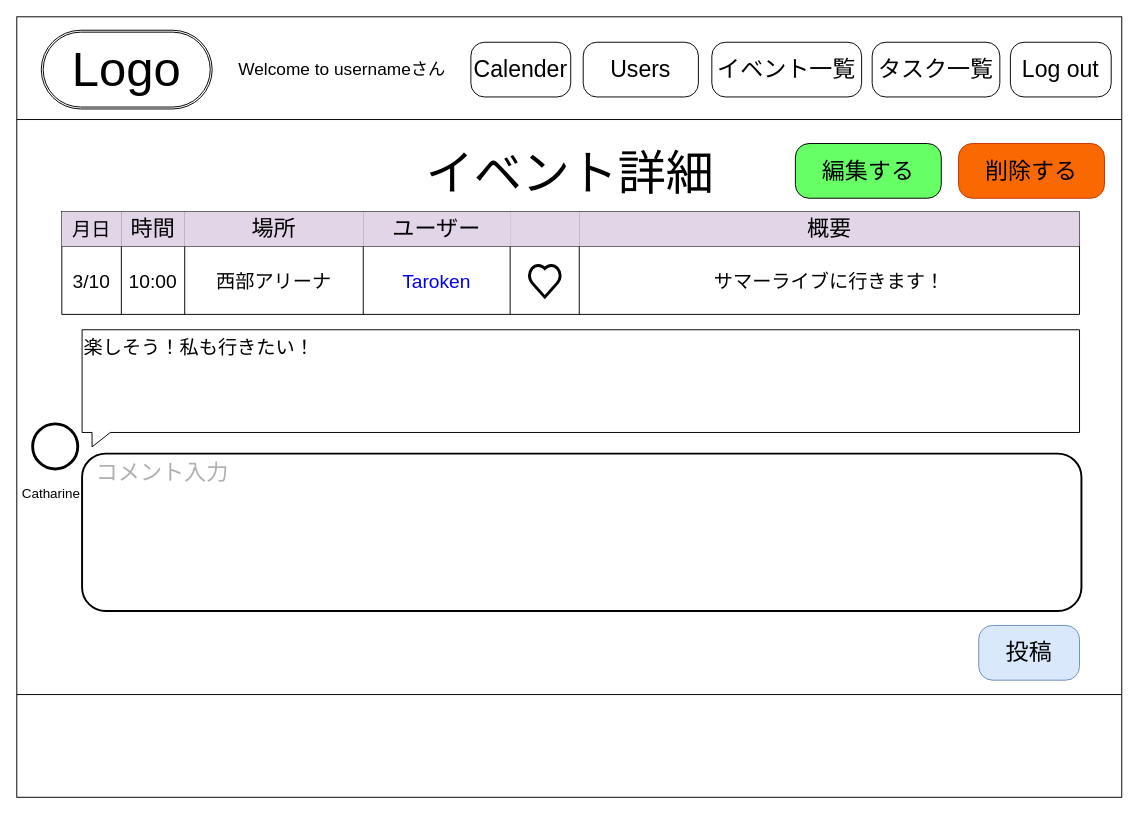
MurapyonCorp/My-Portfolio keeps this draw.io diagram as page "イベント詳細" (10 of 20) of specification/wire flame.drawio. Above is the earlier version. Source tidied: cells renumbered, new cells numbered last; positions are measured from the earlier drawing's top-left corner, leaving out a move shared by most shapes. Both pictures are drawn from the tidied source at 96%, with x=0, y=0 at pixel (16, 16).
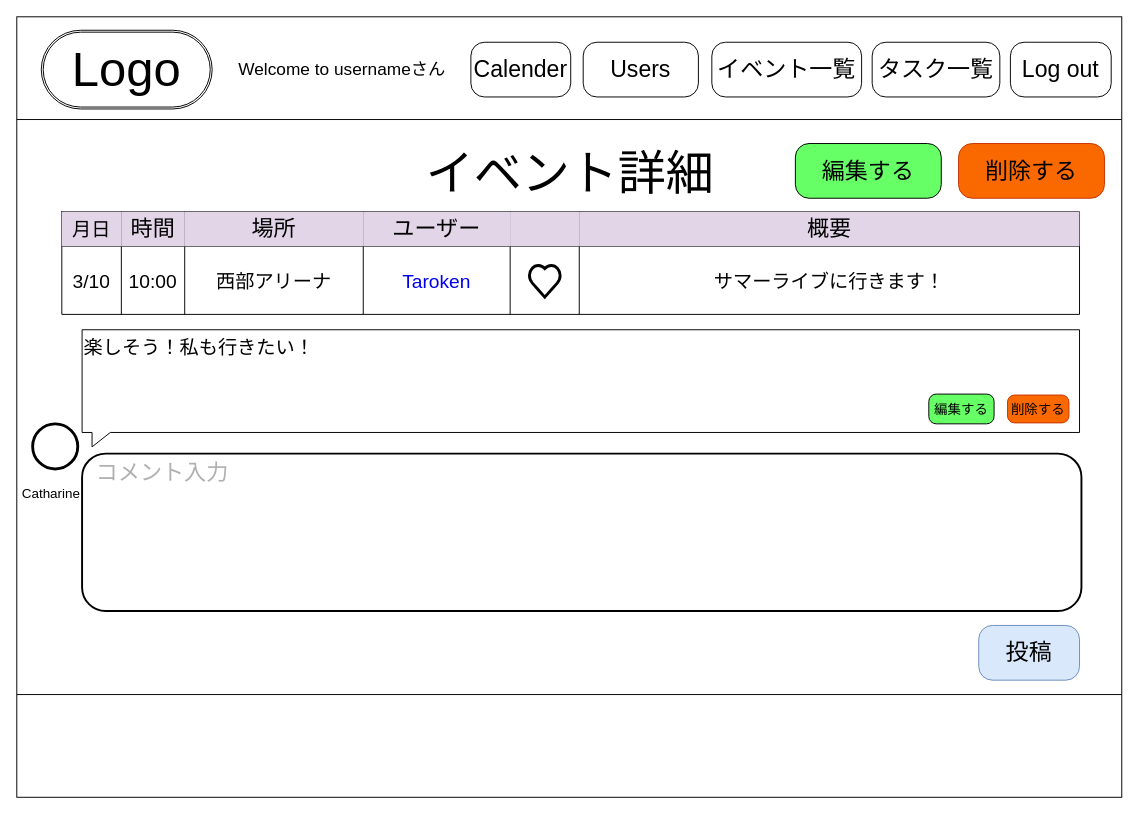
The same diagram, later.

Change to the diagram source:
```diff
@@
+    <mxCell id="35" value="&lt;font color=&quot;#000000&quot; style=&quot;font-size: 14px;&quot;&gt;&lt;span style=&quot;font-size: 14px;&quot;&gt;編集する&lt;/span&gt;&lt;/font&gt;" style="rounded=1;arcSize=25;whiteSpace=wrap;html=1;align=center;strokeColor=#000000;fillColor=#66FF66;fontSize=14;" parent="1" vertex="1">
+      <mxGeometry x="950" y="393" width="68" height="31" as="geometry" />
+    </mxCell>
+    <mxCell id="36" value="&lt;font color=&quot;#000000&quot; style=&quot;font-size: 14px;&quot;&gt;&lt;span style=&quot;font-size: 14px;&quot;&gt;削除する&lt;/span&gt;&lt;/font&gt;" style="rounded=1;arcSize=25;whiteSpace=wrap;html=1;align=center;strokeColor=#C73500;fillColor=#fa6800;fontColor=#000000;fontSize=14;" parent="1" vertex="1">
+      <mxGeometry x="1032" y="394" width="64" height="29" as="geometry" />
+    </mxCell>
```
